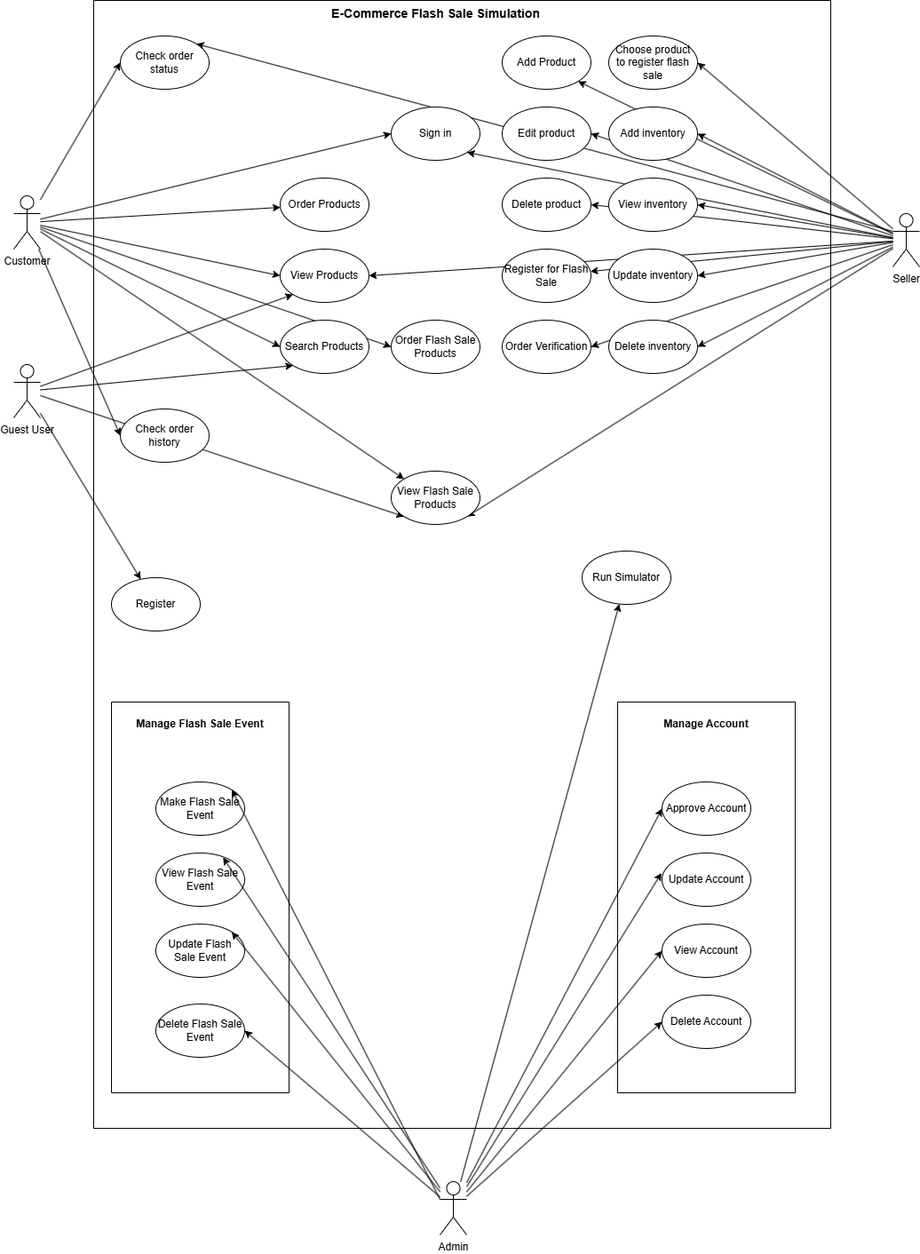
Earlier version of the draw.io export docs/useCaseDiagram.png (Zahiitg/LAb211-Group3). Source tidied: cells renumbered, new cells last; positions are measured from the earlier drawing's top-left corner, leaving out a move shared by most shapes.
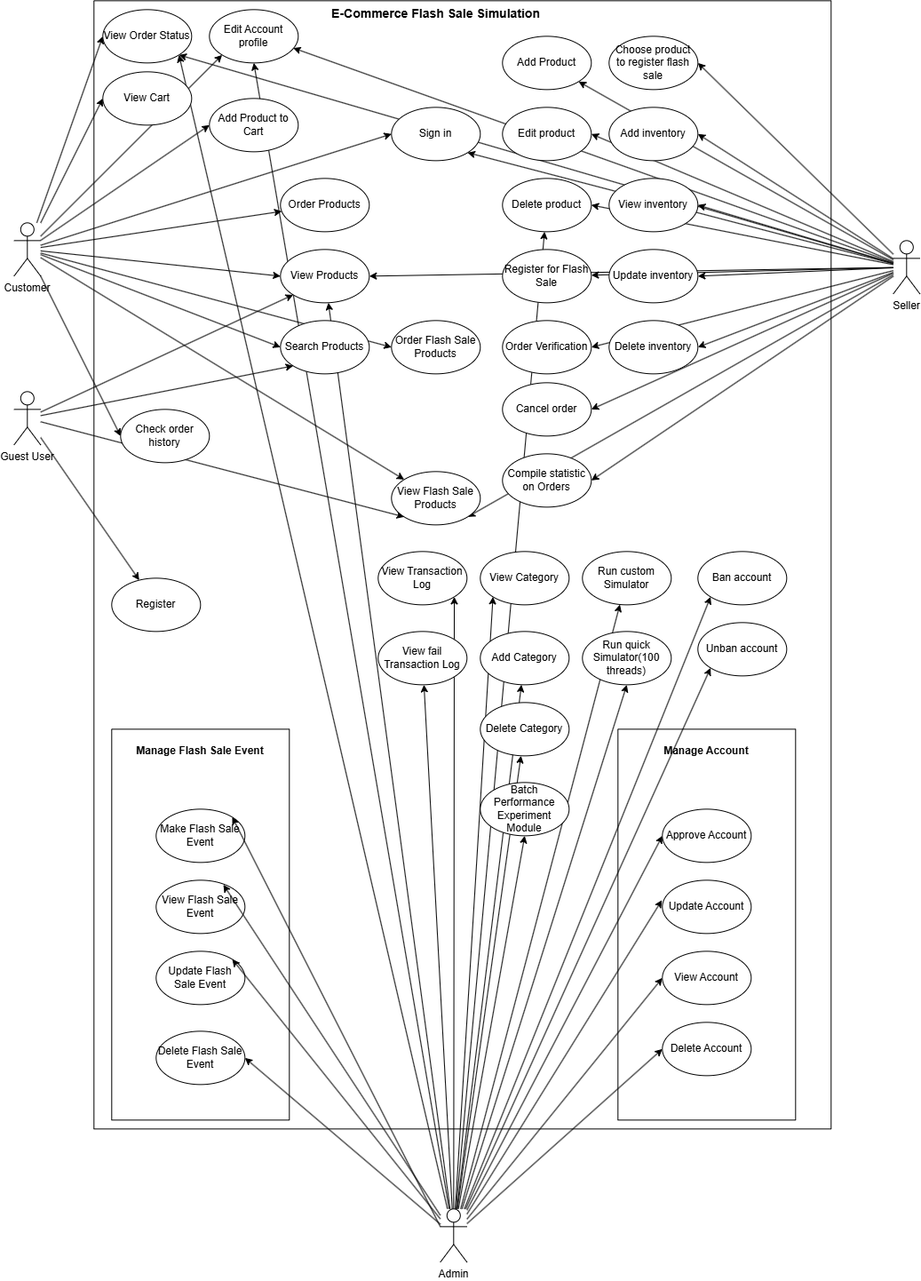
After the commit.

Change to the diagram source:
```diff
@@ -2,12 +2,12 @@
   <root>
     <mxCell id="0" />
     <mxCell id="1" parent="0" />
+    <mxCell id="75" style="rounded=0;jettySize=auto;html=1;entryX=0.944;entryY=0.72;entryDx=0;entryDy=0;entryPerimeter=0;" parent="1" edge="1" source="26" target="99">
+      <mxGeometry relative="1" as="geometry" />
+    </mxCell>
     <mxCell id="2" style="rounded=0;jettySize=auto;html=1;entryX=0;entryY=1;entryDx=0;entryDy=0;" parent="1" edge="1" source="58" target="34">
       <mxGeometry relative="1" as="geometry" />
     </mxCell>
-    <mxCell id="3" style="rounded=0;jettySize=auto;html=1;entryX=1;entryY=0;entryDx=0;entryDy=0;exitX=0;exitY=0.3333333333333333;exitDx=0;exitDy=0;exitPerimeter=0;" parent="1" edge="1" source="26" target="46">
-      <mxGeometry relative="1" as="geometry" />
-    </mxCell>
     <mxCell id="4" style="rounded=0;jettySize=auto;html=1;entryX=1;entryY=0.5;entryDx=0;entryDy=0;" parent="1" edge="1" source="26" target="51">
       <mxGeometry relative="1" as="geometry" />
     </mxCell>
@@ -29,15 +29,24 @@
     <mxCell id="10" style="rounded=0;jettySize=auto;html=1;entryX=0;entryY=0.5;entryDx=0;entryDy=0;" parent="1" edge="1" source="14" target="36">
       <mxGeometry relative="1" as="geometry" />
     </mxCell>
-    <mxCell id="11" style="rounded=0;jettySize=auto;html=1;entryX=0;entryY=0.5;entryDx=0;entryDy=0;" parent="1" edge="1" source="14" target="46">
-      <mxGeometry relative="1" as="geometry" />
-    </mxCell>
     <mxCell id="12" style="rounded=0;jettySize=auto;html=1;entryX=0;entryY=0.5;entryDx=0;entryDy=0;" parent="1" edge="1" source="14" target="47">
       <mxGeometry relative="1" as="geometry" />
     </mxCell>
     <mxCell id="13" style="rounded=0;jettySize=auto;html=1;entryX=0;entryY=0;entryDx=0;entryDy=0;" parent="1" edge="1" source="14" target="34">
       <mxGeometry relative="1" as="geometry" />
     </mxCell>
+    <mxCell id="76" style="rounded=0;jettySize=auto;html=1;entryX=0;entryY=0.5;entryDx=0;entryDy=0;" parent="1" edge="1" source="14" target="96">
+      <mxGeometry relative="1" as="geometry" />
+    </mxCell>
+    <mxCell id="77" style="rounded=0;jettySize=auto;html=1;entryX=0;entryY=0.5;entryDx=0;entryDy=0;" parent="1" edge="1" source="14" target="97">
+      <mxGeometry relative="1" as="geometry" />
+    </mxCell>
+    <mxCell id="78" style="rounded=0;jettySize=auto;html=1;entryX=0;entryY=0.5;entryDx=0;entryDy=0;" parent="1" edge="1" source="14" target="98">
+      <mxGeometry relative="1" as="geometry" />
+    </mxCell>
+    <mxCell id="79" style="rounded=0;jettySize=auto;html=1;entryX=0;entryY=1;entryDx=0;entryDy=0;" parent="1" edge="1" source="14" target="99">
+      <mxGeometry relative="1" as="geometry" />
+    </mxCell>
     <mxCell id="14" value="Customer" style="shape=umlActor;verticalLabelPosition=bottom;verticalAlign=top;html=1;outlineConnect=0;" parent="1" vertex="1">
       <mxGeometry y="220" width="30" height="60" as="geometry" />
     </mxCell>
@@ -74,6 +83,15 @@
     <mxCell id="25" style="rounded=0;jettySize=auto;html=1;entryX=1;entryY=0.5;entryDx=0;entryDy=0;" parent="1" edge="1" source="26" target="54">
       <mxGeometry relative="1" as="geometry" />
     </mxCell>
+    <mxCell id="80" style="rounded=0;jettySize=auto;html=1;entryX=1;entryY=1;entryDx=0;entryDy=0;" parent="1" edge="1" source="26" target="97">
+      <mxGeometry relative="1" as="geometry" />
+    </mxCell>
+    <mxCell id="81" style="rounded=0;jettySize=auto;html=1;entryX=1;entryY=0.5;entryDx=0;entryDy=0;" parent="1" edge="1" source="26" target="100">
+      <mxGeometry relative="1" as="geometry" />
+    </mxCell>
+    <mxCell id="82" style="rounded=0;jettySize=auto;html=1;entryX=1;entryY=0.5;entryDx=0;entryDy=0;" parent="1" edge="1" source="26" target="101">
+      <mxGeometry relative="1" as="geometry" />
+    </mxCell>
     <mxCell id="26" value="Seller" style="shape=umlActor;verticalLabelPosition=bottom;verticalAlign=top;html=1;outlineConnect=0;" parent="1" vertex="1">
       <mxGeometry x="990" y="240" width="30" height="60" as="geometry" />
     </mxCell>
@@ -92,11 +110,50 @@
     <mxCell id="31" style="rounded=0;jettySize=auto;html=1;entryX=0;entryY=0.5;entryDx=0;entryDy=0;" parent="1" edge="1" source="32" target="71">
       <mxGeometry relative="1" as="geometry" />
     </mxCell>
+    <mxCell id="83" style="rounded=0;jettySize=auto;html=1;entryX=1;entryY=1;entryDx=0;entryDy=0;" parent="1" edge="1" source="32" target="97">
+      <mxGeometry relative="1" as="geometry" />
+    </mxCell>
+    <mxCell id="84" style="rounded=0;jettySize=auto;html=1;" parent="1" edge="1" source="32" target="51">
+      <mxGeometry relative="1" as="geometry" />
+    </mxCell>
+    <mxCell id="85" style="rounded=0;jettySize=auto;html=1;" parent="1" edge="1" source="32" target="106">
+      <mxGeometry relative="1" as="geometry" />
+    </mxCell>
+    <mxCell id="86" style="rounded=0;jettySize=auto;html=1;" parent="1" edge="1" source="32" target="105">
+      <mxGeometry relative="1" as="geometry" />
+    </mxCell>
+    <mxCell id="87" style="rounded=0;jettySize=auto;html=1;entryX=0;entryY=1;entryDx=0;entryDy=0;" parent="1" edge="1" source="32" target="104">
+      <mxGeometry relative="1" as="geometry" />
+    </mxCell>
+    <mxCell id="88" style="rounded=0;jettySize=auto;html=1;" parent="1" edge="1" source="32" target="108">
+      <mxGeometry relative="1" as="geometry" />
+    </mxCell>
+    <mxCell id="89" style="rounded=0;jettySize=auto;html=1;entryX=1;entryY=1;entryDx=0;entryDy=0;" parent="1" edge="1" source="32" target="107">
+      <mxGeometry relative="1" as="geometry" />
+    </mxCell>
+    <mxCell id="90" style="rounded=0;jettySize=auto;html=1;entryX=0.5;entryY=1;entryDx=0;entryDy=0;" parent="1" edge="1" source="32" target="99">
+      <mxGeometry relative="1" as="geometry" />
+    </mxCell>
+    <mxCell id="91" style="rounded=0;jettySize=auto;html=1;" parent="1" edge="1" source="32" target="48">
+      <mxGeometry relative="1" as="geometry" />
+    </mxCell>
+    <mxCell id="92" style="rounded=0;jettySize=auto;html=1;entryX=0;entryY=1;entryDx=0;entryDy=0;" parent="1" edge="1" source="32" target="103">
+      <mxGeometry relative="1" as="geometry" />
+    </mxCell>
+    <mxCell id="93" style="rounded=0;jettySize=auto;html=1;entryX=0;entryY=1;entryDx=0;entryDy=0;" parent="1" edge="1" source="32" target="102">
+      <mxGeometry relative="1" as="geometry" />
+    </mxCell>
+    <mxCell id="94" style="rounded=0;jettySize=auto;html=1;entryX=0.5;entryY=1;entryDx=0;entryDy=0;" parent="1" edge="1" source="32" target="109">
+      <mxGeometry relative="1" as="geometry" />
+    </mxCell>
+    <mxCell id="95" style="rounded=0;jettySize=auto;html=1;entryX=0.5;entryY=1;entryDx=0;entryDy=0;" parent="1" edge="1" source="32" target="110">
+      <mxGeometry relative="1" as="geometry" />
+    </mxCell>
     <mxCell id="32" value="Admin" style="shape=umlActor;verticalLabelPosition=bottom;verticalAlign=top;html=1;outlineConnect=0;" parent="1" vertex="1">
       <mxGeometry x="480" y="1330" width="30" height="60" as="geometry" />
     </mxCell>
     <mxCell id="33" style="swimlane;startSize=0;" parent="1" vertex="1">
-      <mxGeometry x="90" width="830" height="1270" as="geometry" />
+      <mxGeometry x="90" y="-30" width="830" height="1270" as="geometry" />
     </mxCell>
     <mxCell id="34" value="View Flash Sale Products" style="ellipse;whiteSpace=wrap;html=1;" parent="33" vertex="1">
       <mxGeometry x="335" y="530" width="100" height="60" as="geometry" />
@@ -125,7 +182,7 @@
     <mxCell id="42" value="Add Product" style="ellipse;whiteSpace=wrap;html=1;" parent="33" vertex="1">
       <mxGeometry x="460" y="40" width="100" height="60" as="geometry" />
     </mxCell>
-    <mxCell id="43" value="Run Simulator" style="ellipse;whiteSpace=wrap;html=1;" parent="33" vertex="1">
+    <mxCell id="43" value="Run custom Simulator" style="ellipse;whiteSpace=wrap;html=1;" parent="33" vertex="1">
       <mxGeometry x="550" y="620" width="100" height="60" as="geometry" />
     </mxCell>
     <mxCell id="44" value="Order Verification" style="ellipse;whiteSpace=wrap;html=1;" parent="33" vertex="1">
@@ -134,9 +191,6 @@
     <mxCell id="45" value="Update inventory" style="ellipse;whiteSpace=wrap;html=1;" parent="33" vertex="1">
       <mxGeometry x="580" y="280" width="100" height="60" as="geometry" />
     </mxCell>
-    <mxCell id="46" value="Check order status" style="ellipse;whiteSpace=wrap;html=1;" parent="33" vertex="1">
-      <mxGeometry x="30" y="40" width="100" height="60" as="geometry" />
-    </mxCell>
     <mxCell id="47" value="Check order history" style="ellipse;whiteSpace=wrap;html=1;" parent="33" vertex="1">
       <mxGeometry x="30" y="460" width="100" height="60" as="geometry" />
     </mxCell>
@@ -166,6 +220,51 @@
     <mxCell id="55" value="Delete inventory" style="ellipse;whiteSpace=wrap;html=1;" parent="33" vertex="1">
       <mxGeometry x="580" y="360" width="100" height="60" as="geometry" />
     </mxCell>
+    <mxCell id="96" value="View Cart" style="ellipse;whiteSpace=wrap;html=1;" parent="33" vertex="1">
+      <mxGeometry x="10" y="80" width="100" height="60" as="geometry" />
+    </mxCell>
+    <mxCell id="97" value="View Order Status" style="ellipse;whiteSpace=wrap;html=1;" parent="33" vertex="1">
+      <mxGeometry x="10" y="10" width="100" height="60" as="geometry" />
+    </mxCell>
+    <mxCell id="98" value="Add Product to Cart" style="ellipse;whiteSpace=wrap;html=1;" parent="33" vertex="1">
+      <mxGeometry x="130" y="110" width="100" height="60" as="geometry" />
+    </mxCell>
+    <mxCell id="99" value="Edit Account profile" style="ellipse;whiteSpace=wrap;html=1;" parent="33" vertex="1">
+      <mxGeometry x="130" y="10" width="100" height="60" as="geometry" />
+    </mxCell>
+    <mxCell id="100" value="Cancel order" style="ellipse;whiteSpace=wrap;html=1;" parent="33" vertex="1">
+      <mxGeometry x="460" y="430" width="100" height="60" as="geometry" />
+    </mxCell>
+    <mxCell id="101" value="Compile statistic on Orders" style="ellipse;whiteSpace=wrap;html=1;" parent="33" vertex="1">
+      <mxGeometry x="460" y="510" width="100" height="60" as="geometry" />
+    </mxCell>
+    <mxCell id="102" value="Ban account" style="ellipse;whiteSpace=wrap;html=1;" parent="33" vertex="1">
+      <mxGeometry x="680" y="620" width="100" height="60" as="geometry" />
+    </mxCell>
+    <mxCell id="103" value="Unban account" style="ellipse;whiteSpace=wrap;html=1;" parent="33" vertex="1">
+      <mxGeometry x="680" y="700" width="100" height="60" as="geometry" />
+    </mxCell>
+    <mxCell id="104" value="View Category" style="ellipse;whiteSpace=wrap;html=1;" parent="33" vertex="1">
+      <mxGeometry x="435" y="620" width="100" height="60" as="geometry" />
+    </mxCell>
+    <mxCell id="105" value="Add Category" style="ellipse;whiteSpace=wrap;html=1;" parent="33" vertex="1">
+      <mxGeometry x="435" y="710" width="100" height="60" as="geometry" />
+    </mxCell>
+    <mxCell id="106" value="Delete Category" style="ellipse;whiteSpace=wrap;html=1;" parent="33" vertex="1">
+      <mxGeometry x="435" y="790" width="100" height="60" as="geometry" />
+    </mxCell>
+    <mxCell id="107" value="View Transaction Log" style="ellipse;whiteSpace=wrap;html=1;" parent="33" vertex="1">
+      <mxGeometry x="320" y="620" width="100" height="60" as="geometry" />
+    </mxCell>
+    <mxCell id="108" value="View fail Transaction Log" style="ellipse;whiteSpace=wrap;html=1;" parent="33" vertex="1">
+      <mxGeometry x="320" y="710" width="100" height="60" as="geometry" />
+    </mxCell>
+    <mxCell id="109" value="Run quick Simulator(100 threads)" style="ellipse;whiteSpace=wrap;html=1;" parent="33" vertex="1">
+      <mxGeometry x="550" y="710" width="100" height="60" as="geometry" />
+    </mxCell>
+    <mxCell id="110" value="Batch Performance Experiment Module" style="ellipse;whiteSpace=wrap;html=1;" parent="33" vertex="1">
+      <mxGeometry x="435" y="880" width="100" height="60" as="geometry" />
+    </mxCell>
     <mxCell id="56" style="rounded=0;jettySize=auto;html=1;entryX=0;entryY=1;entryDx=0;entryDy=0;" parent="1" edge="1" source="58" target="39">
       <mxGeometry relative="1" as="geometry" />
     </mxCell>
```
